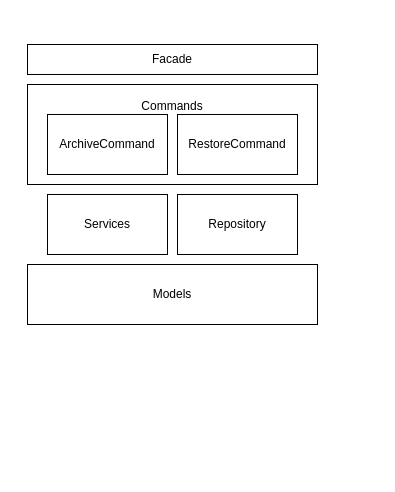
Above: page "Arius.Core Structure" (3 of 3) of docs/AriusFlows.drawio in woutervanranst/Arius (draw.io), before the change. Source tidied: cells renumbered, new cells numbered last; positions are measured from the earlier drawing's top-left corner, leaving out a move shared by most shapes. Both pictures are drawn from the tidied source at 100%, with x=0, y=0 at pixel (27, 44).
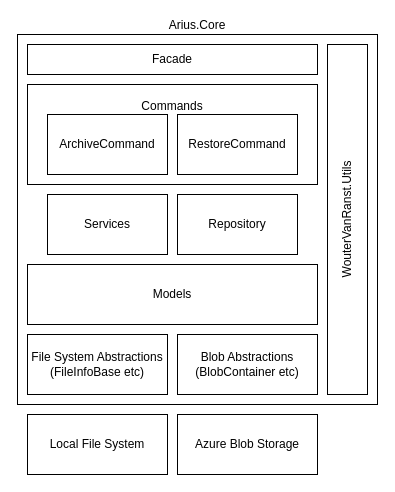
After the change.

The edit, as a diff of the source:
```diff
@@
 <mxGraphModel>
   <root>
     <mxCell id="0" />
     <mxCell id="1" parent="0" />
+    <mxCell id="9" value="Arius.Core" style="rounded=0;whiteSpace=wrap;html=1;labelPosition=center;verticalLabelPosition=top;align=center;verticalAlign=bottom;labelBorderColor=none;" parent="1" vertex="1">
+      <mxGeometry x="-10" y="-10" width="360" height="370" as="geometry" />
+    </mxCell>
     <mxCell id="2" value="Facade" style="rounded=0;whiteSpace=wrap;html=1;" parent="1" vertex="1">
       <mxGeometry width="290" height="30" as="geometry" />
     </mxCell>
     <mxCell id="3" value="Commands&lt;br&gt;&lt;br&gt;&lt;br&gt;&lt;br&gt;&lt;br&gt;" style="rounded=0;whiteSpace=wrap;html=1;" parent="1" vertex="1">
       <mxGeometry y="40" width="290" height="100" as="geometry" />
     </mxCell>
     <mxCell id="4" value="Services" style="rounded=0;whiteSpace=wrap;html=1;" parent="1" vertex="1">
       <mxGeometry x="20" y="150" width="120" height="60" as="geometry" />
     </mxCell>
     <mxCell id="5" value="ArchiveCommand" style="rounded=0;whiteSpace=wrap;html=1;" parent="1" vertex="1">
       <mxGeometry x="20" y="70" width="120" height="60" as="geometry" />
     </mxCell>
     <mxCell id="6" value="RestoreCommand" style="rounded=0;whiteSpace=wrap;html=1;" parent="1" vertex="1">
       <mxGeometry x="150" y="70" width="120" height="60" as="geometry" />
     </mxCell>
     <mxCell id="7" value="Repository" style="rounded=0;whiteSpace=wrap;html=1;" parent="1" vertex="1">
       <mxGeometry x="150" y="150" width="120" height="60" as="geometry" />
     </mxCell>
     <mxCell id="8" value="Models" style="rounded=0;whiteSpace=wrap;html=1;" parent="1" vertex="1">
       <mxGeometry y="220" width="290" height="60" as="geometry" />
     </mxCell>
+    <mxCell id="10" value="WouterVanRanst.Utils" style="rounded=0;whiteSpace=wrap;html=1;horizontal=0;" parent="1" vertex="1">
+      <mxGeometry x="300" width="40" height="350" as="geometry" />
+    </mxCell>
+    <mxCell id="11" value="Local File System" style="rounded=0;whiteSpace=wrap;html=1;" parent="1" vertex="1">
+      <mxGeometry y="370" width="140" height="60" as="geometry" />
+    </mxCell>
+    <mxCell id="12" value="Azure Blob Storage" style="rounded=0;whiteSpace=wrap;html=1;" parent="1" vertex="1">
+      <mxGeometry x="150" y="370" width="140" height="60" as="geometry" />
+    </mxCell>
+    <mxCell id="13" value="Blob Abstractions&lt;br&gt;(BlobContainer etc)" style="rounded=0;whiteSpace=wrap;html=1;" parent="1" vertex="1">
+      <mxGeometry x="150" y="290" width="140" height="60" as="geometry" />
+    </mxCell>
+    <mxCell id="14" value="File System Abstractions&lt;br&gt;(FileInfoBase etc)" style="rounded=0;whiteSpace=wrap;html=1;" parent="1" vertex="1">
+      <mxGeometry y="290" width="140" height="60" as="geometry" />
+    </mxCell>
   </root>
 </mxGraphModel>
```
